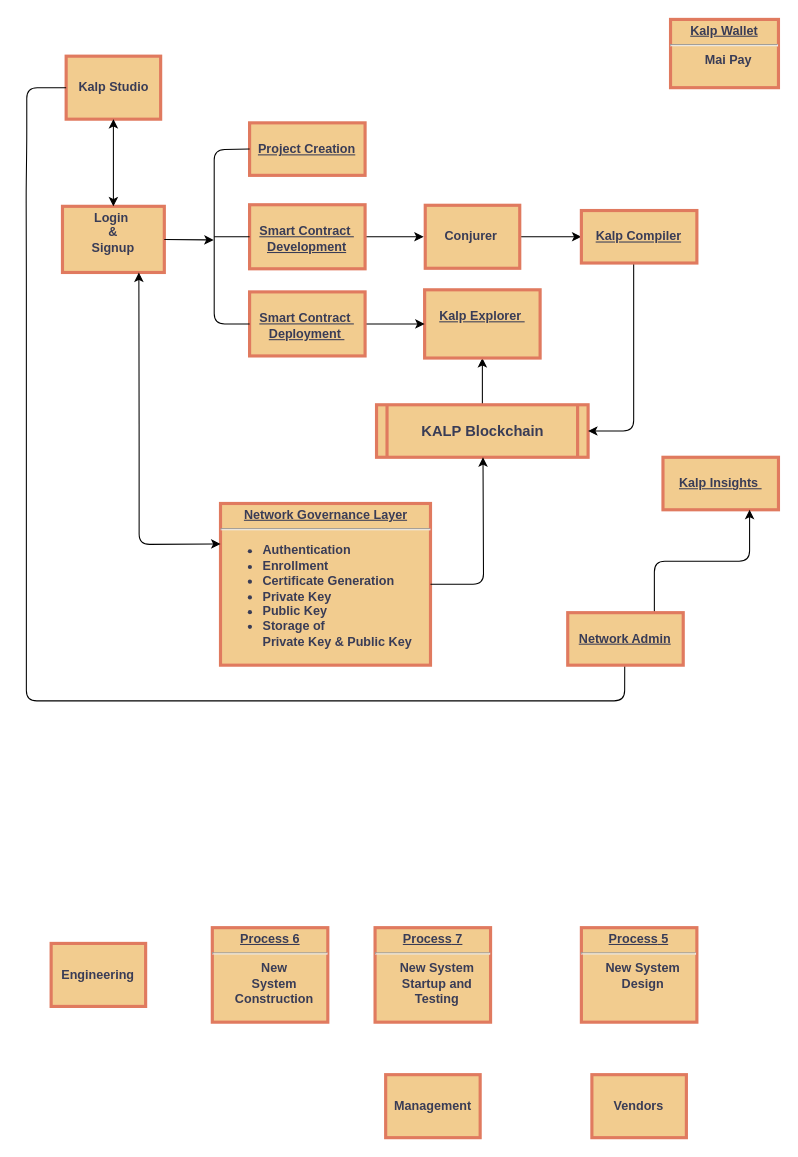
Earlier version of the draw.io diagram Untitled Diagram.drawio (gauravtwr/Kalp). Source tidied: cells renumbered, new cells numbered last; positions are measured from the earlier drawing's top-left corner, leaving out a move shared by most shapes. Both pictures are drawn from the tidied source at 105%, with x=0, y=0 at pixel (25, 19).
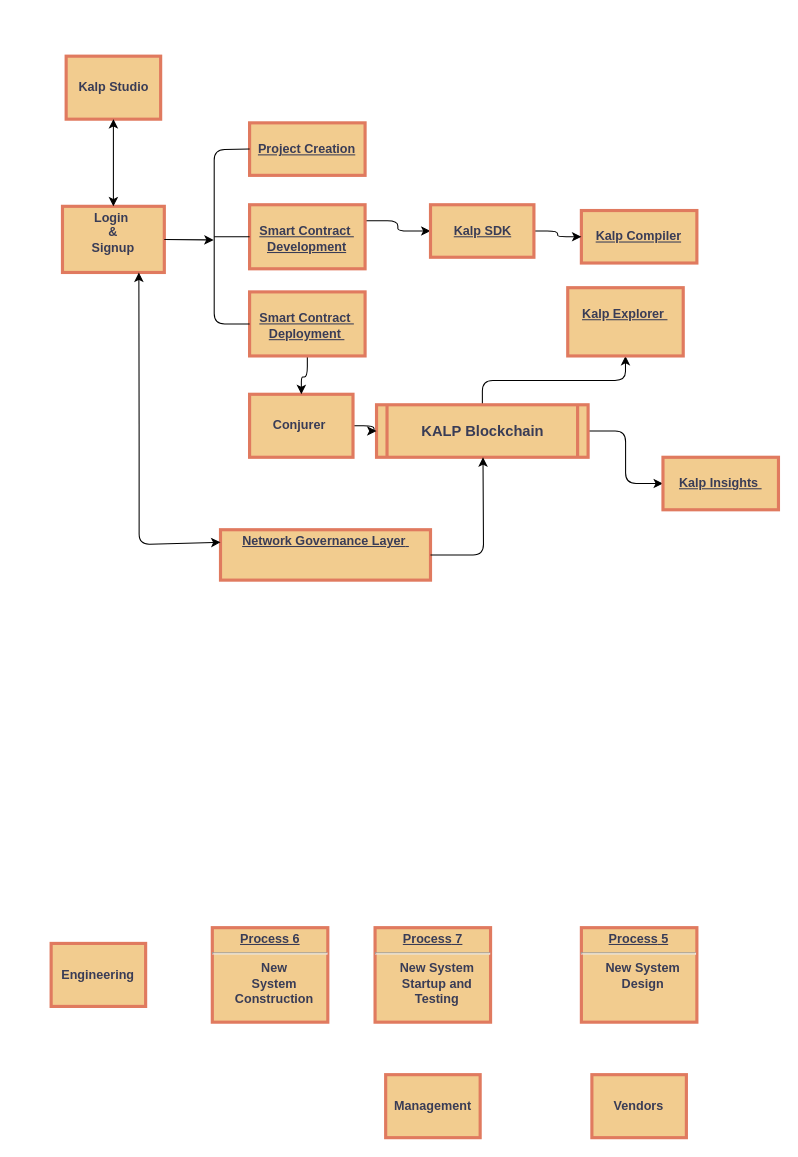
The same page after the edit.

Commit message:
KALP Blockchain Architechture

The change refers to these unchanged cells:
```xml
<mxCell id="3" value="Kalp Studio" style="whiteSpace=wrap;align=center;verticalAlign=middle;fontStyle=1;strokeWidth=3;labelBackgroundColor=none;fillColor=#F2CC8F;strokeColor=#E07A5F;fontColor=#393C56;rounded=0;" parent="1" vertex="1">
  <mxGeometry x="38.5" y="35" width="90" height="60" as="geometry" />
</mxCell>
<mxCell id="5" value="KALP Blockchain" style="shape=process;whiteSpace=wrap;align=center;verticalAlign=middle;size=0.0475;fontStyle=1;strokeWidth=3;fontSize=14;labelBackgroundColor=none;fillColor=#F2CC8F;strokeColor=#E07A5F;fontColor=#393C56;rounded=0;" parent="1" vertex="1">
  <mxGeometry x="334.1" y="367" width="201.5" height="50" as="geometry" />
</mxCell>
<mxCell id="19" value="&lt;p style=&quot;margin: 0px; margin-top: 4px; text-align: center; text-decoration: underline;&quot;&gt;&lt;br&gt;Kalp Insights&amp;nbsp;&lt;/p&gt;" style="verticalAlign=middle;align=center;overflow=fill;fontSize=12;fontFamily=Helvetica;html=1;rounded=0;fontStyle=1;strokeWidth=3;labelBackgroundColor=none;fillColor=#F2CC8F;strokeColor=#E07A5F;fontColor=#393C56;" parent="1" vertex="1">
  <mxGeometry x="606.9" y="417" width="110" height="50" as="geometry" />
</mxCell>
<mxCell id="21" value="&lt;p style=&quot;margin: 0px; margin-top: 4px; text-align: center; text-decoration: underline;&quot;&gt;&lt;br&gt;Kalp Compiler&lt;/p&gt;&lt;p style=&quot;margin: 0px; margin-top: 4px; text-align: center; text-decoration: underline;&quot;&gt;&lt;br&gt;&lt;/p&gt;" style="verticalAlign=middle;align=center;overflow=fill;fontSize=12;fontFamily=Helvetica;html=1;rounded=0;fontStyle=1;strokeWidth=3;labelBackgroundColor=none;fillColor=#F2CC8F;strokeColor=#E07A5F;fontColor=#393C56;" parent="1" vertex="1">
  <mxGeometry x="529.2" y="182" width="110" height="50" as="geometry" />
</mxCell>
<mxCell id="28" value="&lt;p style=&quot;margin: 0px; margin-top: 4px; text-align: center; text-decoration: underline;&quot;&gt;&lt;br&gt;Smart Contract&amp;nbsp;&lt;br style=&quot;border-color: var(--border-color);&quot;&gt;Development&lt;br&gt;&lt;/p&gt;" style="verticalAlign=middle;align=center;overflow=fill;fontSize=12;fontFamily=Helvetica;html=1;rounded=0;fontStyle=1;strokeWidth=3;labelBackgroundColor=none;fillColor=#F2CC8F;strokeColor=#E07A5F;fontColor=#393C56;" parent="1" vertex="1">
  <mxGeometry x="213.2" y="176.5" width="110" height="61" as="geometry" />
</mxCell>
<mxCell id="30" value="&lt;p style=&quot;margin: 0px; margin-top: 4px; text-align: center; text-decoration: underline;&quot;&gt;&lt;br&gt;Smart Contract&amp;nbsp;&lt;br style=&quot;border-color: var(--border-color);&quot;&gt;Deployment&amp;nbsp;&lt;br&gt;&lt;/p&gt;" style="verticalAlign=middle;align=center;overflow=fill;fontSize=12;fontFamily=Helvetica;html=1;rounded=0;fontStyle=1;strokeWidth=3;labelBackgroundColor=none;fillColor=#F2CC8F;strokeColor=#E07A5F;fontColor=#393C56;" parent="1" vertex="1">
  <mxGeometry x="213.2" y="259.5" width="110" height="61" as="geometry" />
</mxCell>
```

Diff of the diagram source:
```diff
@@
+    <mxCell id="35" style="edgeStyle=orthogonalEdgeStyle;jettySize=auto;html=1;" parent="1" edge="1" source="5" target="19">
+      <mxGeometry relative="1" as="geometry" />
+    </mxCell>
@@
-    <mxCell id="6" value="&lt;p style=&quot;margin: 4px 0px 0px; text-decoration: underline;&quot;&gt;&lt;strong&gt;Network Governance Layer&lt;br&gt;&lt;/strong&gt;&lt;/p&gt;&lt;hr&gt;&lt;p style=&quot;margin: 0px 0px 0px 8px;&quot;&gt;&lt;/p&gt;&lt;ul&gt;&lt;li style=&quot;text-align: left;&quot;&gt;Authentication&lt;/li&gt;&lt;li style=&quot;text-align: left;&quot;&gt;Enrollment&amp;nbsp;&lt;/li&gt;&lt;li style=&quot;text-align: left;&quot;&gt;Certificate Generation&lt;/li&gt;&lt;li style=&quot;text-align: left;&quot;&gt;&lt;span style=&quot;background-color: initial;&quot;&gt;Private Key&amp;nbsp;&lt;/span&gt;&lt;/li&gt;&lt;li style=&quot;text-align: left;&quot;&gt;&lt;span style=&quot;background-color: initial;&quot;&gt;Public Key&amp;nbsp;&lt;/span&gt;&lt;/li&gt;&lt;li&gt;&lt;div style=&quot;text-align: left;&quot;&gt;&lt;span style=&quot;background-color: initial;&quot;&gt;Storage of&amp;nbsp;&lt;/span&gt;&lt;/div&gt;&lt;div style=&quot;text-align: left;&quot;&gt;&lt;span style=&quot;background-color: initial;&quot;&gt;Private Key &amp;amp; Public Key&amp;nbsp;&lt;/span&gt;&lt;/div&gt;&lt;/li&gt;&lt;/ul&gt;&lt;p&gt;&lt;/p&gt;" style="verticalAlign=middle;align=center;overflow=fill;fontSize=12;fontFamily=Helvetica;html=1;rounded=0;fontStyle=1;strokeWidth=3;labelBackgroundColor=none;fillColor=#F2CC8F;strokeColor=#E07A5F;fontColor=#393C56;" parent="1" vertex="1">
-      <mxGeometry x="185.5" y="461" width="200" height="154" as="geometry" />
+    <mxCell id="6" value="&lt;p style=&quot;margin: 4px 0px 0px; text-decoration: underline;&quot;&gt;&lt;strong&gt;Network Governance Layer&lt;/strong&gt;&lt;span style=&quot;text-align: left; background-color: initial;&quot;&gt;&amp;nbsp;&lt;/span&gt;&lt;/p&gt;&lt;p&gt;&lt;/p&gt;" style="verticalAlign=middle;align=center;overflow=fill;fontSize=12;fontFamily=Helvetica;html=1;rounded=0;fontStyle=1;strokeWidth=3;labelBackgroundColor=none;fillColor=#F2CC8F;strokeColor=#E07A5F;fontColor=#393C56;" parent="1" vertex="1">
+      <mxGeometry x="185.5" y="486" width="200" height="48" as="geometry" />
     </mxCell>
     <mxCell id="7" value="&lt;p style=&quot;margin: 0px; margin-top: 4px; text-align: center; text-decoration: underline;&quot;&gt;&lt;br&gt;Kalp Explorer&amp;nbsp;&lt;/p&gt;" style="verticalAlign=middle;align=center;overflow=fill;fontSize=12;fontFamily=Helvetica;html=1;rounded=0;fontStyle=1;strokeWidth=3;labelBackgroundColor=none;fillColor=#F2CC8F;strokeColor=#E07A5F;fontColor=#393C56;" parent="1" vertex="1">
-      <mxGeometry x="379.9" y="257.5" width="110" height="65" as="geometry" />
+      <mxGeometry x="516.2" y="255.5" width="110" height="65" as="geometry" />
     </mxCell>
@@
-    <mxCell id="10" style="edgeStyle=orthogonalEdgeStyle;jettySize=auto;html=1;entryX=0;entryY=0.5;entryDx=0;entryDy=0;" parent="1" edge="1" source="11" target="21">
-      <mxGeometry relative="1" as="geometry" />
-    </mxCell>
+    <mxCell id="36" style="edgeStyle=orthogonalEdgeStyle;jettySize=auto;html=1;" parent="1" edge="1" source="11" target="5">
+      <mxGeometry relative="1" as="geometry" />
+    </mxCell>
     <mxCell id="11" value="Conjurer " style="whiteSpace=wrap;align=center;verticalAlign=middle;fontStyle=1;strokeWidth=3;labelBackgroundColor=none;fillColor=#F2CC8F;strokeColor=#E07A5F;fontColor=#393C56;rounded=0;" parent="1" vertex="1">
-      <mxGeometry x="380.5" y="177" width="90" height="60" as="geometry" />
+      <mxGeometry x="213.2" y="357" width="98.5" height="60" as="geometry" />
     </mxCell>
@@
-    <mxCell id="20" style="edgeStyle=orthogonalEdgeStyle;jettySize=auto;html=1;" parent="1" edge="1" source="21" target="5">
-      <mxGeometry relative="1" as="geometry">
-        <Array as="points">
-          <mxPoint x="579" y="392" />
-        </Array>
-      </mxGeometry>
-    </mxCell>
@@
-    <mxCell id="22" style="endArrow=classic;html=1;entryX=0.5;entryY=1;entryDx=0;entryDy=0;exitX=0;exitY=0.5;exitDx=0;exitDy=0;" parent="1" edge="1" source="3">
-      <mxGeometry relative="1" as="geometry">
-        <mxPoint x="570.6" y="567" as="targetPoint" />
-        <Array as="points">
-          <mxPoint x="1" y="65" />
-          <mxPoint x="1" y="115" />
-          <mxPoint x="0.4" y="165" />
-          <mxPoint x="0.6" y="249" />
-          <mxPoint x="0.6" y="349" />
-          <mxPoint x="0.6" y="399" />
-          <mxPoint x="0.6" y="649" />
-          <mxPoint x="350.6" y="649" />
-          <mxPoint x="570.4" y="649" />
-        </Array>
-      </mxGeometry>
-    </mxCell>
-    <mxCell id="23" style="edgeStyle=orthogonalEdgeStyle;jettySize=auto;html=1;exitX=0.75;exitY=0;exitDx=0;exitDy=0;entryX=0.75;entryY=1;entryDx=0;entryDy=0;" parent="1" edge="1" source="24" target="19">
-      <mxGeometry relative="1" as="geometry" />
-    </mxCell>
-    <mxCell id="24" value="&lt;p style=&quot;margin: 0px; margin-top: 4px; text-align: center; text-decoration: underline;&quot;&gt;&lt;br&gt;Network Admin&lt;/p&gt;" style="verticalAlign=middle;align=center;overflow=fill;fontSize=12;fontFamily=Helvetica;html=1;rounded=0;fontStyle=1;strokeWidth=3;labelBackgroundColor=none;fillColor=#F2CC8F;strokeColor=#E07A5F;fontColor=#393C56;" parent="1" vertex="1">
-      <mxGeometry x="516.2" y="565" width="110" height="50" as="geometry" />
-    </mxCell>
-    <mxCell id="25" value="&lt;p style=&quot;margin: 0px; margin-top: 4px; text-align: center; text-decoration: underline;&quot;&gt;&lt;strong&gt;Kalp Wallet&lt;br&gt;&lt;/strong&gt;&lt;/p&gt;&lt;hr&gt;&lt;p style=&quot;margin: 0px; margin-left: 8px;&quot;&gt;Mai Pay&lt;br&gt;&lt;br&gt;&lt;/p&gt;" style="verticalAlign=middle;align=center;overflow=fill;fontSize=12;fontFamily=Helvetica;html=1;rounded=0;fontStyle=1;strokeWidth=3;labelBackgroundColor=none;arcSize=1;fillColor=#F2CC8F;strokeColor=#E07A5F;fontColor=#393C56;" parent="1" vertex="1">
-      <mxGeometry x="614.1" width="102.8" height="65" as="geometry" />
-    </mxCell>
@@
-    <mxCell id="27" style="edgeStyle=orthogonalEdgeStyle;jettySize=auto;html=1;" parent="1" edge="1" source="28">
-      <mxGeometry relative="1" as="geometry">
-        <mxPoint x="379" y="207" as="targetPoint" />
-      </mxGeometry>
-    </mxCell>
+    <mxCell id="37" style="edgeStyle=orthogonalEdgeStyle;jettySize=auto;html=1;exitX=1;exitY=0.25;exitDx=0;exitDy=0;entryX=0;entryY=0.5;entryDx=0;entryDy=0;" parent="1" edge="1" source="28" target="40">
+      <mxGeometry relative="1" as="geometry" />
+    </mxCell>
@@
-    <mxCell id="29" style="edgeStyle=orthogonalEdgeStyle;jettySize=auto;html=1;entryX=0;entryY=0.5;entryDx=0;entryDy=0;" parent="1" edge="1" source="30" target="7">
-      <mxGeometry relative="1" as="geometry" />
-    </mxCell>
+    <mxCell id="38" style="edgeStyle=orthogonalEdgeStyle;jettySize=auto;html=1;" parent="1" edge="1" source="30" target="11">
+      <mxGeometry relative="1" as="geometry" />
+    </mxCell>
@@
+    <mxCell id="39" style="edgeStyle=orthogonalEdgeStyle;jettySize=auto;html=1;" parent="1" edge="1" source="40" target="21">
+      <mxGeometry relative="1" as="geometry" />
+    </mxCell>
+    <mxCell id="40" value="&lt;p style=&quot;margin: 0px; margin-top: 4px; text-align: center; text-decoration: underline;&quot;&gt;&lt;br&gt;Kalp SDK&lt;/p&gt;&lt;p style=&quot;margin: 0px; margin-top: 4px; text-align: center; text-decoration: underline;&quot;&gt;&lt;br&gt;&lt;/p&gt;" style="verticalAlign=middle;align=center;overflow=fill;fontSize=12;fontFamily=Helvetica;html=1;rounded=0;fontStyle=1;strokeWidth=3;labelBackgroundColor=none;fillColor=#F2CC8F;strokeColor=#E07A5F;fontColor=#393C56;" parent="1" vertex="1">
+      <mxGeometry x="385.5" y="176.5" width="98.5" height="50" as="geometry" />
+    </mxCell>
```
